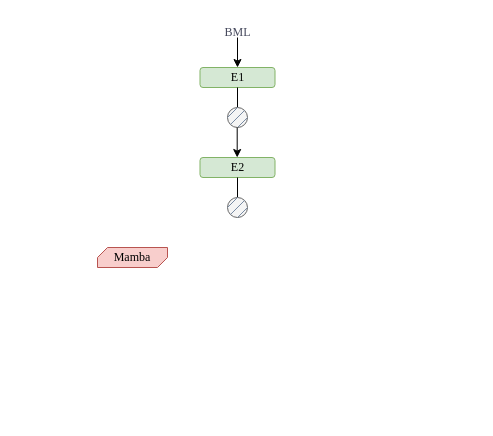
This is pics/TimeMachine.drawio from nanxi666/TimeMachine, a draw.io file, before an edit. Source tidied: cells renumbered, new cells numbered last; positions are measured from the earlier drawing's top-left corner, leaving out a move shared by most shapes. Both pictures are drawn from the tidied source at 100%, with x=0, y=0 at pixel (97, 17).
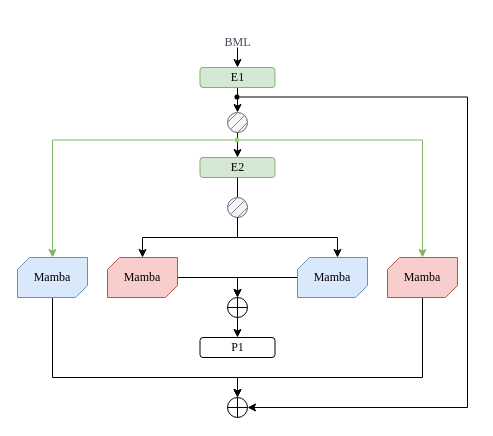
After the change.

Unchanged cells that the change refers to:
```xml
<mxCell id="4" value="&lt;font face=&quot;Times New Roman&quot;&gt;E1&lt;/font&gt;" style="rounded=1;whiteSpace=wrap;html=1;labelBackgroundColor=none;fillColor=#d5e8d4;strokeColor=#82b366;" parent="1" vertex="1">
  <mxGeometry x="102.5" y="50" width="75" height="20" as="geometry" />
</mxCell>
<mxCell id="11" value="&lt;font face=&quot;Times New Roman&quot;&gt;E2&lt;/font&gt;" style="rounded=1;whiteSpace=wrap;html=1;labelBackgroundColor=none;fillColor=#d5e8d4;strokeColor=#82b366;" parent="1" vertex="1">
  <mxGeometry x="102.5" y="140" width="75" height="20" as="geometry" />
</mxCell>
<mxCell id="12" style="group;" parent="1" vertex="1">
  <mxGeometry x="130" y="160" width="20" height="40" as="geometry" />
</mxCell>
<mxCell id="14" style="ellipse;whiteSpace=wrap;html=1;strokeColor=#666666;fontColor=#333333;fillColor=#f5f5f5;" parent="12" vertex="1">
  <mxGeometry y="20" width="20" height="20" as="geometry" />
</mxCell>
```

What changed in the source:
```diff
@@
-    <mxCell id="2" value="&lt;font face=&quot;Times New Roman&quot;&gt;BML&lt;/font&gt;" style="text;html=1;align=center;verticalAlign=middle;points=[];strokeColor=none;fillColor=none;labelBackgroundColor=none;fontColor=#46495D;" parent="1" vertex="1">
-      <mxGeometry x="115" width="50" height="30" as="geometry" />
+    <mxCell id="2" value="&lt;font&gt;BML&lt;/font&gt;" style="text;html=1;align=center;verticalAlign=middle;points=[];strokeColor=none;fillColor=none;labelBackgroundColor=none;fontColor=#46495D;fontFamily=Times New Roman;spacing=-5;" parent="1" vertex="1">
+      <mxGeometry x="120" y="20" width="40" height="10" as="geometry" />
     </mxCell>
-    <mxCell id="3" style="endArrow=classic;html=1;rounded=0;labelBackgroundColor=none;fontColor=default;" parent="1" edge="1">
-      <mxGeometry relative="1" as="geometry">
-        <mxPoint x="140" y="20" as="sourcePoint" />
-        <mxPoint x="140" y="50" as="targetPoint" />
-      </mxGeometry>
+    <mxCell id="3" style="endArrow=classic;html=1;rounded=0;labelBackgroundColor=none;fontColor=default;entryX=0.5;entryY=0;entryDx=0;entryDy=0;" parent="1" edge="1" source="2" target="4">
+      <mxGeometry relative="1" as="geometry" />
     </mxCell>
+    <mxCell id="19" style="edgeStyle=orthogonalEdgeStyle;rounded=0;jettySize=auto;html=1;fontColor=#46495D;entryX=0.5;entryY=0;entryDx=0;entryDy=0;" parent="1" edge="1" source="4" target="6">
+      <mxGeometry relative="1" as="geometry" />
+    </mxCell>
@@
-    <mxCell id="5" style="endArrow=none;html=1;rounded=0;fontColor=#46495D;exitX=0.5;exitY=1;exitDx=0;exitDy=0;curved=0;startFill=0;strokeWidth=1;jumpSize=6;" parent="1" edge="1" source="4">
-      <mxGeometry relative="1" as="geometry">
-        <mxPoint x="140" y="90" as="targetPoint" />
-      </mxGeometry>
-    </mxCell>
     <mxCell id="6" style="ellipse;whiteSpace=wrap;html=1;strokeColor=#666666;fontColor=#333333;fillColor=#f5f5f5;" parent="1" vertex="1">
-      <mxGeometry x="130" y="90" width="20" height="20" as="geometry" />
+      <mxGeometry x="130" y="95" width="20" height="20" as="geometry" />
     </mxCell>
@@
-    <mxCell id="10" style="endArrow=classic;html=1;rounded=0;labelBackgroundColor=none;fontColor=default;" parent="1" edge="1">
-      <mxGeometry relative="1" as="geometry">
-        <mxPoint x="139.7" y="110" as="sourcePoint" />
-        <mxPoint x="139.7" y="140" as="targetPoint" />
-      </mxGeometry>
+    <mxCell id="10" style="endArrow=classic;html=1;rounded=0;labelBackgroundColor=none;fontColor=default;entryX=0.5;entryY=0;entryDx=0;entryDy=0;exitX=0.5;exitY=1;exitDx=0;exitDy=0;" parent="1" edge="1" source="6" target="11">
+      <mxGeometry relative="1" as="geometry" />
     </mxCell>
@@
-    <mxCell id="13" style="endArrow=none;html=1;rounded=0;fontColor=#46495D;exitX=0.5;exitY=1;exitDx=0;exitDy=0;curved=0;startFill=0;strokeWidth=1;jumpSize=6;" parent="12" edge="1">
+    <mxCell id="13" style="endArrow=none;html=1;rounded=0;fontColor=#46495D;curved=0;startFill=0;strokeWidth=1;jumpSize=6;" parent="12" edge="1" source="11">
       <mxGeometry relative="1" as="geometry">
-        <mxPoint x="10" as="sourcePoint" />
         <mxPoint x="10" y="20" as="targetPoint" />
       </mxGeometry>
     </mxCell>
@@
+    <mxCell id="20" style="edgeStyle=orthogonalEdgeStyle;rounded=0;jettySize=auto;html=1;exitX=1;exitY=0.5;exitDx=0;exitDy=0;exitPerimeter=0;fontColor=#46495D;entryX=0.5;entryY=0;entryDx=0;entryDy=0;" parent="1" edge="1" source="18" target="28">
+      <mxGeometry relative="1" as="geometry" />
+    </mxCell>
     <mxCell id="18" value="Mamba" style="verticalLabelPosition=middle;verticalAlign=middle;html=1;shape=mxgraph.basic.diag_snip_rect;dx=6;whiteSpace=wrap;strokeColor=#b85450;fillColor=#f8cecc;fontFamily=Times New Roman;labelPosition=center;align=center;" parent="1" vertex="1">
-      <mxGeometry y="230" width="70" height="20" as="geometry" />
+      <mxGeometry x="10" y="240" width="70" height="40" as="geometry" />
     </mxCell>
+    <mxCell id="21" style="edgeStyle=orthogonalEdgeStyle;rounded=0;jettySize=auto;html=1;entryX=0.5;entryY=0;entryDx=0;entryDy=0;fontColor=#46495D;exitX=0;exitY=0.5;exitDx=0;exitDy=0;exitPerimeter=0;" parent="1" edge="1" source="22" target="28">
+      <mxGeometry relative="1" as="geometry">
+        <Array as="points">
+          <mxPoint x="140" y="260" />
+        </Array>
+      </mxGeometry>
+    </mxCell>
+    <mxCell id="22" value="Mamba" style="verticalLabelPosition=middle;verticalAlign=middle;html=1;shape=mxgraph.basic.diag_snip_rect;dx=6;whiteSpace=wrap;strokeColor=#6c8ebf;fillColor=#dae8fc;fontFamily=Times New Roman;labelPosition=center;align=center;" parent="1" vertex="1">
+      <mxGeometry x="200" y="240" width="70" height="40" as="geometry" />
+    </mxCell>
+    <mxCell id="23" style="edgeStyle=orthogonalEdgeStyle;rounded=0;jettySize=auto;html=1;fontColor=#46495D;exitX=0.5;exitY=1;exitDx=0;exitDy=0;entryX=0.571;entryY=0;entryDx=0;entryDy=0;entryPerimeter=0;" parent="1" edge="1" source="14" target="22">
+      <mxGeometry relative="1" as="geometry" />
+    </mxCell>
+    <mxCell id="24" style="edgeStyle=orthogonalEdgeStyle;rounded=0;jettySize=auto;html=1;entryX=0.5;entryY=0;entryDx=0;entryDy=0;entryPerimeter=0;fontColor=#46495D;exitX=0.5;exitY=1;exitDx=0;exitDy=0;" parent="1" edge="1" source="14" target="18">
+      <mxGeometry relative="1" as="geometry" />
+    </mxCell>
+    <mxCell id="25" value="&lt;font face=&quot;Times New Roman&quot;&gt;P1&lt;/font&gt;" style="rounded=1;whiteSpace=wrap;html=1;labelBackgroundColor=none;" parent="1" vertex="1">
+      <mxGeometry x="102.5" y="320" width="75" height="20" as="geometry" />
+    </mxCell>
+    <mxCell id="26" style="rounded=0;jettySize=auto;html=1;entryX=0.5;entryY=0;entryDx=0;entryDy=0;fontColor=#46495D;endArrow=classic;startFill=0;endFill=1;exitX=0.5;exitY=1;exitDx=0;exitDy=0;" parent="1" edge="1" source="28" target="25">
+      <mxGeometry relative="1" as="geometry" />
+    </mxCell>
+    <mxCell id="27" style="group;" parent="1" vertex="1">
+      <mxGeometry x="130" y="280" width="20" height="20" as="geometry" />
+    </mxCell>
+    <mxCell id="28" style="ellipse;whiteSpace=wrap;html=1;" parent="27" vertex="1">
+      <mxGeometry width="20" height="20" as="geometry" />
+    </mxCell>
+    <mxCell id="29" style="endArrow=none;html=1;rounded=0;fontColor=#46495D;exitX=1;exitY=0.5;exitDx=0;exitDy=0;entryX=0;entryY=0.5;entryDx=0;entryDy=0;" parent="27" edge="1" source="28" target="28">
+      <mxGeometry relative="1" as="geometry" />
+    </mxCell>
+    <mxCell id="30" style="endArrow=none;html=1;rounded=0;fontColor=#46495D;exitX=0.5;exitY=0;exitDx=0;exitDy=0;entryX=0.5;entryY=1;entryDx=0;entryDy=0;" parent="27" edge="1" source="28" target="28">
+      <mxGeometry relative="1" as="geometry" />
+    </mxCell>
+    <mxCell id="31" style="group;" parent="1" vertex="1">
+      <mxGeometry x="130" y="380" width="20" height="20" as="geometry" />
+    </mxCell>
+    <mxCell id="32" style="ellipse;whiteSpace=wrap;html=1;" parent="31" vertex="1">
+      <mxGeometry width="20" height="20" as="geometry" />
+    </mxCell>
+    <mxCell id="33" style="endArrow=none;html=1;rounded=0;fontColor=#46495D;exitX=1;exitY=0.5;exitDx=0;exitDy=0;entryX=0;entryY=0.5;entryDx=0;entryDy=0;" parent="31" edge="1" source="32" target="32">
+      <mxGeometry relative="1" as="geometry" />
+    </mxCell>
+    <mxCell id="34" style="endArrow=none;html=1;rounded=0;fontColor=#46495D;exitX=0.5;exitY=0;exitDx=0;exitDy=0;entryX=0.5;entryY=1;entryDx=0;entryDy=0;" parent="31" edge="1" source="32" target="32">
+      <mxGeometry relative="1" as="geometry" />
+    </mxCell>
+    <mxCell id="35" style="edgeStyle=orthogonalEdgeStyle;rounded=0;jettySize=auto;html=1;fontColor=#46495D;entryX=1;entryY=0.5;entryDx=0;entryDy=0;" parent="1" edge="1" source="36" target="32">
+      <mxGeometry relative="1" as="geometry">
+        <Array as="points">
+          <mxPoint x="370" y="80" />
+          <mxPoint x="370" y="390" />
+        </Array>
+      </mxGeometry>
+    </mxCell>
+    <mxCell id="36" style="ellipse;whiteSpace=wrap;html=1;fillColor=#000000;strokeWidth=0;" parent="1" vertex="1">
+      <mxGeometry x="137" y="77" width="5" height="5" as="geometry" />
+    </mxCell>
+    <mxCell id="37" style="ellipse;whiteSpace=wrap;html=1;strokeWidth=0;gradientColor=none;fillColor=#97D077;strokeColor=none;" parent="1" vertex="1">
+      <mxGeometry x="137" y="120" width="5" height="5" as="geometry" />
+    </mxCell>
+    <mxCell id="38" style="edgeStyle=orthogonalEdgeStyle;rounded=0;jettySize=auto;html=1;entryX=0.5;entryY=0;entryDx=0;entryDy=0;fontColor=#46495D;exitX=0.5;exitY=1;exitDx=0;exitDy=0;exitPerimeter=0;" parent="1" edge="1" source="39" target="32">
+      <mxGeometry relative="1" as="geometry">
+        <Array as="points">
+          <mxPoint x="325" y="360" />
+          <mxPoint x="140" y="360" />
+        </Array>
+      </mxGeometry>
+    </mxCell>
+    <mxCell id="39" value="Mamba" style="verticalLabelPosition=middle;verticalAlign=middle;html=1;shape=mxgraph.basic.diag_snip_rect;dx=6;whiteSpace=wrap;strokeColor=#b85450;fillColor=#f8cecc;fontFamily=Times New Roman;labelPosition=center;align=center;" parent="1" vertex="1">
+      <mxGeometry x="290" y="240" width="70" height="40" as="geometry" />
+    </mxCell>
+    <mxCell id="40" style="edgeStyle=orthogonalEdgeStyle;rounded=0;jettySize=auto;html=1;entryX=0.5;entryY=0;entryDx=0;entryDy=0;entryPerimeter=0;strokeColor=#82b366;fontColor=#46495D;fillColor=#d5e8d4;" parent="1" edge="1" source="37" target="39">
+      <mxGeometry relative="1" as="geometry" />
+    </mxCell>
+    <mxCell id="41" style="edgeStyle=orthogonalEdgeStyle;rounded=0;jettySize=auto;html=1;fontColor=#46495D;exitX=0.5;exitY=1;exitDx=0;exitDy=0;exitPerimeter=0;entryX=0.5;entryY=0;entryDx=0;entryDy=0;" parent="1" edge="1" source="42" target="32">
+      <mxGeometry relative="1" as="geometry">
+        <Array as="points">
+          <mxPoint x="-45" y="360" />
+          <mxPoint x="140" y="360" />
+        </Array>
+      </mxGeometry>
+    </mxCell>
+    <mxCell id="42" value="Mamba" style="verticalLabelPosition=middle;verticalAlign=middle;html=1;shape=mxgraph.basic.diag_snip_rect;dx=6;whiteSpace=wrap;strokeColor=#6c8ebf;fillColor=#dae8fc;fontFamily=Times New Roman;labelPosition=center;align=center;" parent="1" vertex="1">
+      <mxGeometry x="-80" y="240" width="70" height="40" as="geometry" />
+    </mxCell>
+    <mxCell id="43" style="edgeStyle=orthogonalEdgeStyle;rounded=0;jettySize=auto;html=1;entryX=0.5;entryY=0;entryDx=0;entryDy=0;entryPerimeter=0;strokeColor=#82b366;fontColor=#46495D;fillColor=#d5e8d4;" parent="1" edge="1" source="37" target="42">
+      <mxGeometry relative="1" as="geometry" />
+    </mxCell>
```
